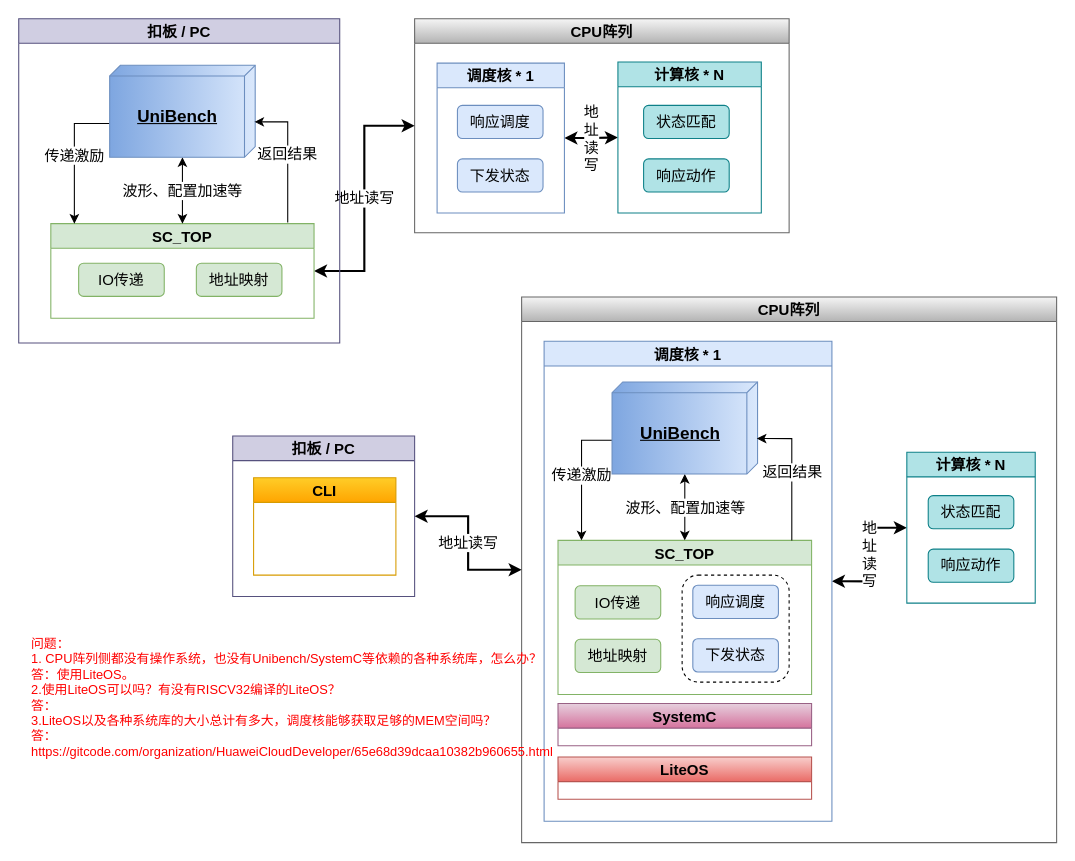
Above: page "平台迁移" (1 of 2) of verilator_digrams/aync_comm.drawio in Dercury/CLDK (draw.io), before the change. Source tidied: cells renumbered, new cells numbered last; positions are measured from the earlier drawing's top-left corner, leaving out a move shared by most shapes. Both pictures are drawn from the tidied source at 107%, with x=0, y=0 at pixel (18, 18).
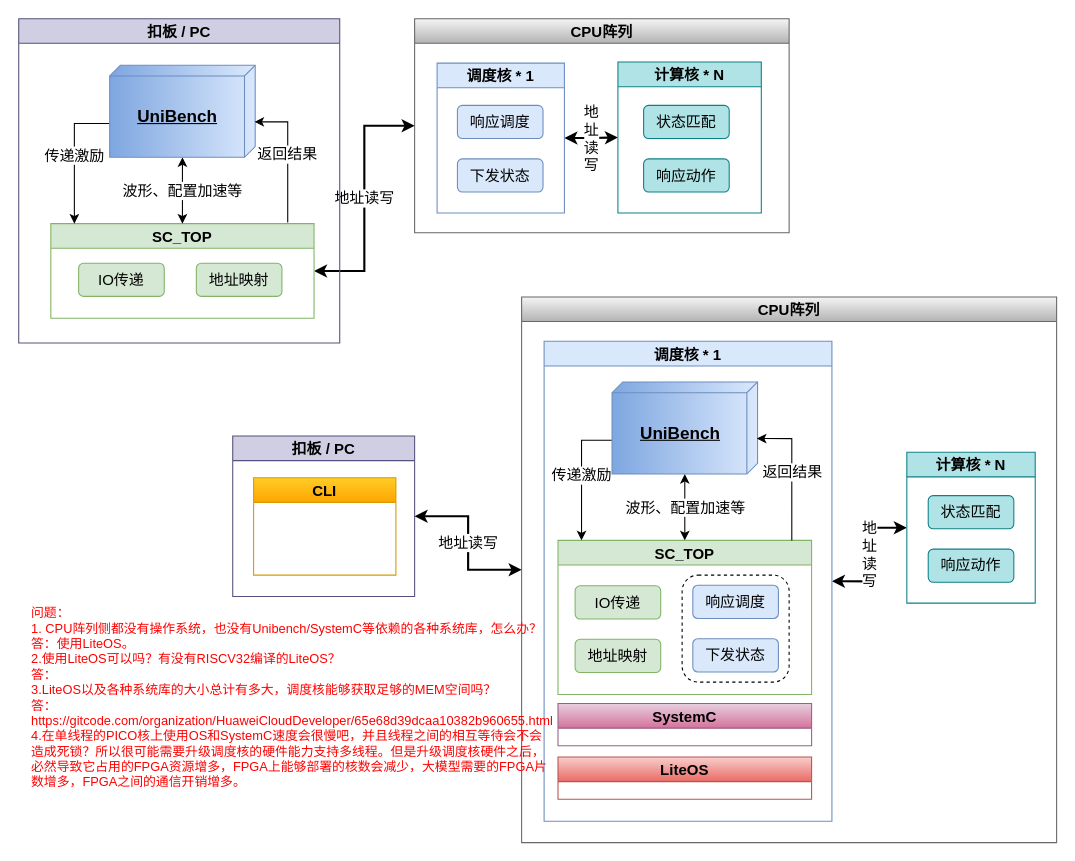
Above is the later version.

Change to the diagram source:
```diff
@@
-    <mxCell id="41" value="问题：&lt;div&gt;1. CPU阵列侧都没有操作系统，也没有Unibench/SystemC等依赖的各种系统库，怎么办？&lt;/div&gt;&lt;div&gt;答：使用LiteOS。&lt;/div&gt;&lt;div&gt;2.使用LiteOS可以吗？有没有RISCV32编译的LiteOS？&lt;/div&gt;&lt;div&gt;答：&lt;/div&gt;&lt;div&gt;3.LiteOS以及各种系统库的大小总计有多大，调度核能够获取足够的MEM空间吗？&lt;/div&gt;&lt;div&gt;答：https://gitcode.com/organization/HuaweiCloudDeveloper/65e68d39dcaa10382b960655.html&lt;/div&gt;" style="text;html=1;align=left;verticalAlign=middle;whiteSpace=wrap;rounded=0;fontColor=#FF0000;" parent="1" vertex="1">
+    <mxCell id="41" value="问题：&lt;div&gt;1. CPU阵列侧都没有操作系统，也没有Unibench/SystemC等依赖的各种系统库，怎么办？&lt;/div&gt;&lt;div&gt;答：使用LiteOS。&lt;/div&gt;&lt;div&gt;2.使用LiteOS可以吗？有没有RISCV32编译的LiteOS？&lt;/div&gt;&lt;div&gt;答：&lt;/div&gt;&lt;div&gt;3.LiteOS以及各种系统库的大小总计有多大，调度核能够获取足够的MEM空间吗？&lt;/div&gt;&lt;div&gt;答：https://gitcode.com/organization/HuaweiCloudDeveloper/65e68d39dcaa10382b960655.html&lt;/div&gt;&lt;div&gt;4.在单线程的PICO核上使用OS和SystemC速度会很慢吧，并且线程之间的相互等待会不会造成死锁？所以很可能需要升级调度核的硬件能力支持多线程。但是升级调度核硬件之后，必然导致它占用的FPGA资源增多，FPGA上能够部署的核数会减少，大模型需要的FPGA片数增多，FPGA之间的通信开销增多。&lt;/div&gt;" style="text;html=1;align=left;verticalAlign=middle;whiteSpace=wrap;rounded=0;fontColor=#FF0000;" parent="1" vertex="1">
       <mxGeometry x="10" y="550" width="440" height="170" as="geometry" />
     </mxCell>
```
